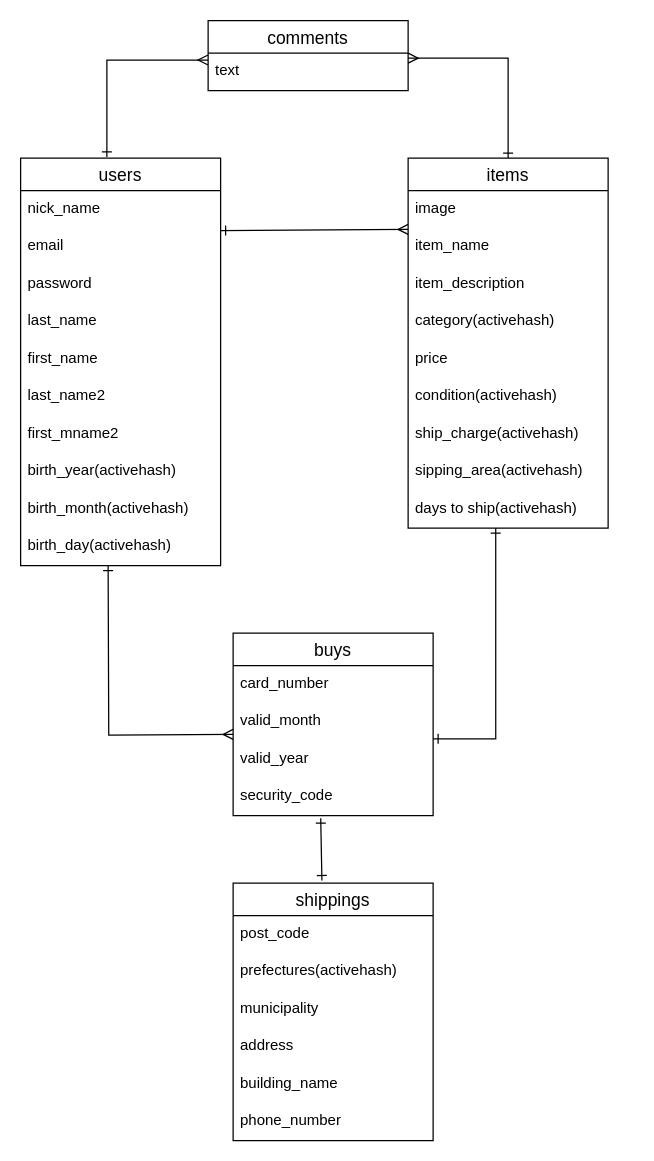
Above: page "ページ1" (1 of 2) of ER.dio in Kazuki3dayo/furima-31103 (draw.io), before the change. Source tidied: cells renumbered, new cells numbered last; positions are measured from the earlier drawing's top-left corner, leaving out a move shared by most shapes. Both pictures are drawn from the tidied source at 125%, with x=0, y=0 at pixel (20, 20).
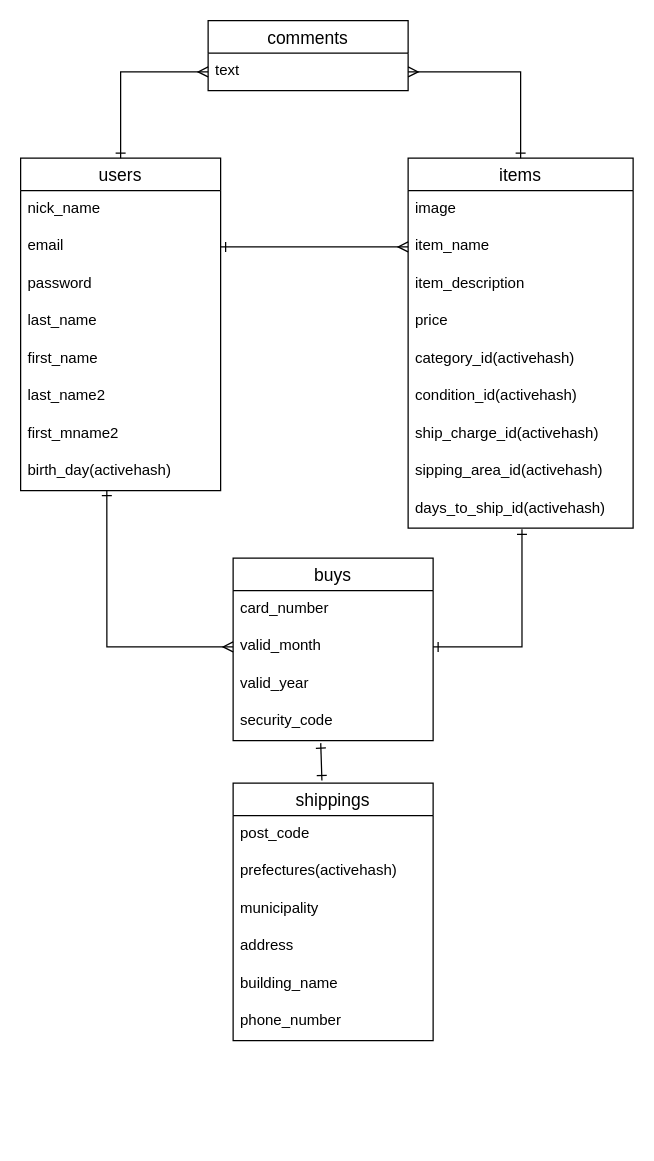
The same page after the edit.

Commit message:
ER図、README修正_４

Unchanged cells that the change refers to:
```xml
<mxCell id="4" value="email" style="text;strokeColor=none;fillColor=none;spacingLeft=4;spacingRight=4;overflow=hidden;points=[[0,0.5],[1,0.5]];portConstraint=eastwest;fontSize=12;" parent="2" vertex="1">
  <mxGeometry y="56" width="160" height="30" as="geometry" />
</mxCell>
<mxCell id="32" value="text" style="text;strokeColor=none;fillColor=none;spacingLeft=4;spacingRight=4;overflow=hidden;points=[[0,0.5],[1,0.5]];portConstraint=eastwest;fontSize=12;" parent="31" vertex="1">
  <mxGeometry y="26" width="160" height="30" as="geometry" />
</mxCell>
```

Change to the diagram source:
```diff
@@
     <mxCell id="2" value="users" style="swimlane;fontStyle=0;horizontal=1;startSize=26;align=center;fontSize=14;" parent="1" vertex="1">
-      <mxGeometry y="110" width="160" height="326" as="geometry" />
+      <mxGeometry y="110" width="160" height="266" as="geometry" />
     </mxCell>
@@
-    <mxCell id="10" value="birth_year(activehash)" style="text;strokeColor=none;fillColor=none;spacingLeft=4;spacingRight=4;overflow=hidden;fontSize=12;" parent="2" vertex="1">
-      <mxGeometry y="236" width="160" height="30" as="geometry" />
-    </mxCell>
-    <mxCell id="11" value="birth_month(activehash)" style="text;strokeColor=none;fillColor=none;spacingLeft=4;spacingRight=4;overflow=hidden;fontSize=12;" parent="2" vertex="1">
-      <mxGeometry y="266" width="160" height="30" as="geometry" />
-    </mxCell>
     <mxCell id="12" value="birth_day(activehash)" style="text;strokeColor=none;fillColor=none;spacingLeft=4;spacingRight=4;overflow=hidden;points=[[0,0.5],[1,0.5]];portConstraint=eastwest;fontSize=12;" parent="2" vertex="1">
-      <mxGeometry y="296" width="160" height="30" as="geometry" />
+      <mxGeometry y="236" width="160" height="30" as="geometry" />
     </mxCell>
-    <mxCell id="13" style="endArrow=ERmany;html=1;rounded=0;endFill=0;startArrow=ERone;startFill=0;entryX=0;entryY=1.033;entryDx=0;entryDy=0;entryPerimeter=0;" parent="1" edge="1" target="17">
-      <mxGeometry relative="1" as="geometry">
-        <mxPoint x="160" y="168" as="sourcePoint" />
-      </mxGeometry>
-    </mxCell>
@@
-    <mxCell id="15" style="edgeStyle=orthogonalEdgeStyle;rounded=0;jettySize=auto;html=1;startArrow=ERone;startFill=0;endArrow=ERone;endFill=0;entryX=0.438;entryY=1;entryDx=0;entryDy=0;entryPerimeter=0;" parent="1" edge="1" target="25">
-      <mxGeometry relative="1" as="geometry">
-        <mxPoint x="330" y="574.5" as="sourcePoint" />
-        <Array as="points">
-          <mxPoint x="380" y="575" />
-        </Array>
-      </mxGeometry>
-    </mxCell>
     <mxCell id="16" value="items" style="swimlane;fontStyle=0;horizontal=1;startSize=26;align=center;fontSize=14;" parent="1" vertex="1">
-      <mxGeometry x="310" y="110" width="160" height="296" as="geometry" />
+      <mxGeometry x="310" y="110" width="180" height="296" as="geometry" />
     </mxCell>
     <mxCell id="17" value="image" style="text;strokeColor=none;fillColor=none;spacingLeft=4;spacingRight=4;overflow=hidden;points=[[0,0.5],[1,0.5]];portConstraint=eastwest;fontSize=12;" parent="16" vertex="1">
-      <mxGeometry y="26" width="160" height="30" as="geometry" />
+      <mxGeometry y="26" width="180" height="30" as="geometry" />
     </mxCell>
     <mxCell id="18" value="item_name" style="text;strokeColor=none;fillColor=none;spacingLeft=4;spacingRight=4;overflow=hidden;points=[[0,0.5],[1,0.5]];portConstraint=eastwest;fontSize=12;" parent="16" vertex="1">
-      <mxGeometry y="56" width="160" height="30" as="geometry" />
+      <mxGeometry y="56" width="180" height="30" as="geometry" />
     </mxCell>
     <mxCell id="19" value="item_description" style="text;strokeColor=none;fillColor=none;spacingLeft=4;spacingRight=4;overflow=hidden;fontSize=12;" parent="16" vertex="1">
-      <mxGeometry y="86" width="160" height="30" as="geometry" />
+      <mxGeometry y="86" width="180" height="30" as="geometry" />
     </mxCell>
+    <mxCell id="21" value="price" style="text;strokeColor=none;fillColor=none;spacingLeft=4;spacingRight=4;overflow=hidden;fontSize=12;" parent="16" vertex="1">
+      <mxGeometry y="116" width="180" height="30" as="geometry" />
+    </mxCell>
-    <mxCell id="20" value="category(activehash)" style="text;strokeColor=none;fillColor=none;spacingLeft=4;spacingRight=4;overflow=hidden;fontSize=12;" parent="16" vertex="1">
-      <mxGeometry y="116" width="160" height="30" as="geometry" />
+    <mxCell id="20" value="category_id(activehash)" style="text;strokeColor=none;fillColor=none;spacingLeft=4;spacingRight=4;overflow=hidden;fontSize=12;" parent="16" vertex="1">
+      <mxGeometry y="146" width="180" height="30" as="geometry" />
     </mxCell>
-    <mxCell id="21" value="price" style="text;strokeColor=none;fillColor=none;spacingLeft=4;spacingRight=4;overflow=hidden;fontSize=12;" parent="16" vertex="1">
-      <mxGeometry y="146" width="160" height="30" as="geometry" />
-    </mxCell>
-    <mxCell id="22" value="condition(activehash)" style="text;strokeColor=none;fillColor=none;spacingLeft=4;spacingRight=4;overflow=hidden;fontSize=12;" parent="16" vertex="1">
-      <mxGeometry y="176" width="160" height="30" as="geometry" />
+    <mxCell id="22" value="condition_id(activehash)" style="text;strokeColor=none;fillColor=none;spacingLeft=4;spacingRight=4;overflow=hidden;fontSize=12;" parent="16" vertex="1">
+      <mxGeometry y="176" width="180" height="30" as="geometry" />
     </mxCell>
-    <mxCell id="23" value="ship_charge(activehash)" style="text;strokeColor=none;fillColor=none;spacingLeft=4;spacingRight=4;overflow=hidden;fontSize=12;" parent="16" vertex="1">
-      <mxGeometry y="206" width="160" height="30" as="geometry" />
+    <mxCell id="23" value="ship_charge_id(activehash)" style="text;strokeColor=none;fillColor=none;spacingLeft=4;spacingRight=4;overflow=hidden;fontSize=12;" parent="16" vertex="1">
+      <mxGeometry y="206" width="180" height="30" as="geometry" />
     </mxCell>
-    <mxCell id="24" value="sipping_area(activehash)" style="text;strokeColor=none;fillColor=none;spacingLeft=4;spacingRight=4;overflow=hidden;fontSize=12;" parent="16" vertex="1">
-      <mxGeometry y="236" width="160" height="30" as="geometry" />
+    <mxCell id="24" value="sipping_area_id(activehash)" style="text;strokeColor=none;fillColor=none;spacingLeft=4;spacingRight=4;overflow=hidden;fontSize=12;" parent="16" vertex="1">
+      <mxGeometry y="236" width="180" height="30" as="geometry" />
     </mxCell>
-    <mxCell id="25" value="days to ship(activehash)" style="text;strokeColor=none;fillColor=none;spacingLeft=4;spacingRight=4;overflow=hidden;points=[[0,0.5],[1,0.5]];portConstraint=eastwest;fontSize=12;" parent="16" vertex="1">
-      <mxGeometry y="266" width="160" height="30" as="geometry" />
+    <mxCell id="25" value="days_to_ship_id(activehash)" style="text;strokeColor=none;fillColor=none;spacingLeft=4;spacingRight=4;overflow=hidden;points=[[0,0.5],[1,0.5]];portConstraint=eastwest;fontSize=12;" parent="16" vertex="1">
+      <mxGeometry y="266" width="180" height="30" as="geometry" />
     </mxCell>
-    <mxCell id="26" value="buys" style="swimlane;fontStyle=0;horizontal=1;startSize=26;align=center;fontSize=14;" parent="1" vertex="1">
-      <mxGeometry x="170" y="490" width="160" height="146" as="geometry" />
-    </mxCell>
-    <mxCell id="27" value="card_number" style="text;strokeColor=none;fillColor=none;spacingLeft=4;spacingRight=4;overflow=hidden;fontSize=12;" parent="26" vertex="1">
-      <mxGeometry y="26" width="160" height="30" as="geometry" />
-    </mxCell>
-    <mxCell id="28" value="valid_month" style="text;strokeColor=none;fillColor=none;spacingLeft=4;spacingRight=4;overflow=hidden;points=[[0,0.5],[1,0.5]];portConstraint=eastwest;fontSize=12;" parent="26" vertex="1">
-      <mxGeometry y="56" width="160" height="30" as="geometry" />
-    </mxCell>
-    <mxCell id="29" value="valid_year" style="text;strokeColor=none;fillColor=none;spacingLeft=4;spacingRight=4;overflow=hidden;fontSize=12;" parent="26" vertex="1">
-      <mxGeometry y="86" width="160" height="30" as="geometry" />
-    </mxCell>
-    <mxCell id="30" value="security_code" style="text;strokeColor=none;fillColor=none;spacingLeft=4;spacingRight=4;overflow=hidden;points=[[0,0.5],[1,0.5]];portConstraint=eastwest;fontSize=12;" parent="26" vertex="1">
-      <mxGeometry y="116" width="160" height="30" as="geometry" />
-    </mxCell>
@@
-    <mxCell id="33" style="endArrow=ERmany;html=1;rounded=0;edgeStyle=orthogonalEdgeStyle;startArrow=ERone;startFill=0;endFill=0;" parent="1" edge="1">
-      <mxGeometry relative="1" as="geometry">
-        <mxPoint x="69" y="109" as="sourcePoint" />
-        <mxPoint x="150" y="31.5" as="targetPoint" />
-        <Array as="points">
-          <mxPoint x="69" y="32" />
-        </Array>
-      </mxGeometry>
-    </mxCell>
-    <mxCell id="34" style="edgeStyle=orthogonalEdgeStyle;rounded=0;orthogonalLoop=1;jettySize=auto;html=1;startArrow=ERmany;startFill=0;endArrow=ERone;endFill=0;" parent="1" edge="1">
-      <mxGeometry relative="1" as="geometry">
-        <mxPoint x="170" y="571" as="sourcePoint" />
-        <mxPoint x="70" y="436" as="targetPoint" />
-      </mxGeometry>
-    </mxCell>
-    <mxCell id="35" style="endArrow=ERone;html=1;rounded=0;entryX=0.5;entryY=0;entryDx=0;entryDy=0;endFill=0;startArrow=ERmany;startFill=0;" parent="1" edge="1" target="16">
-      <mxGeometry relative="1" as="geometry">
-        <mxPoint x="310" y="30" as="sourcePoint" />
-        <Array as="points">
-          <mxPoint x="390" y="30" />
-        </Array>
-      </mxGeometry>
-    </mxCell>
+    <mxCell id="43" style="edgeStyle=orthogonalEdgeStyle;rounded=0;jettySize=auto;html=1;exitX=0;exitY=0.5;exitDx=0;exitDy=0;entryX=1;entryY=0.5;entryDx=0;entryDy=0;startArrow=ERmany;startFill=0;endArrow=ERone;endFill=0;" parent="1" edge="1" source="18" target="4">
+      <mxGeometry relative="1" as="geometry" />
+    </mxCell>
+    <mxCell id="44" style="edgeStyle=orthogonalEdgeStyle;rounded=0;jettySize=auto;html=1;exitX=1;exitY=0.5;exitDx=0;exitDy=0;entryX=0.5;entryY=0;entryDx=0;entryDy=0;startArrow=ERmany;startFill=0;endArrow=ERone;endFill=0;" parent="1" edge="1" source="32" target="16">
+      <mxGeometry relative="1" as="geometry" />
+    </mxCell>
+    <mxCell id="45" style="edgeStyle=orthogonalEdgeStyle;rounded=0;jettySize=auto;html=1;exitX=0;exitY=0.5;exitDx=0;exitDy=0;entryX=0.5;entryY=0;entryDx=0;entryDy=0;startArrow=ERmany;startFill=0;endArrow=ERone;endFill=0;" parent="1" edge="1" source="32" target="2">
+      <mxGeometry relative="1" as="geometry" />
+    </mxCell>
+    <mxCell id="46" style="edgeStyle=orthogonalEdgeStyle;rounded=0;jettySize=auto;html=1;exitX=0;exitY=0.5;exitDx=0;exitDy=0;startArrow=ERmany;startFill=0;endArrow=ERone;endFill=0;entryX=0.431;entryY=1;entryDx=0;entryDy=0;entryPerimeter=0;" parent="1" edge="1" source="28" target="12">
+      <mxGeometry relative="1" as="geometry" />
+    </mxCell>
+    <mxCell id="47" style="edgeStyle=orthogonalEdgeStyle;rounded=0;jettySize=auto;html=1;exitX=1;exitY=0.5;exitDx=0;exitDy=0;startArrow=ERone;startFill=0;endArrow=ERone;endFill=0;entryX=0.506;entryY=1.033;entryDx=0;entryDy=0;entryPerimeter=0;" parent="1" edge="1" source="28" target="25">
+      <mxGeometry relative="1" as="geometry" />
+    </mxCell>
     <mxCell id="36" value="shippings" style="swimlane;fontStyle=0;horizontal=1;startSize=26;align=center;fontSize=14;" parent="1" vertex="1">
-      <mxGeometry x="170" y="690" width="160" height="206" as="geometry" />
+      <mxGeometry x="170" y="610" width="160" height="206" as="geometry" />
     </mxCell>
@@
+    <mxCell id="26" value="buys" style="swimlane;fontStyle=0;horizontal=1;startSize=26;align=center;fontSize=14;" parent="1" vertex="1">
+      <mxGeometry x="170" y="430" width="160" height="146" as="geometry" />
+    </mxCell>
+    <mxCell id="27" value="card_number" style="text;strokeColor=none;fillColor=none;spacingLeft=4;spacingRight=4;overflow=hidden;fontSize=12;" parent="26" vertex="1">
+      <mxGeometry y="26" width="160" height="30" as="geometry" />
+    </mxCell>
+    <mxCell id="28" value="valid_month" style="text;strokeColor=none;fillColor=none;spacingLeft=4;spacingRight=4;overflow=hidden;points=[[0,0.5],[1,0.5]];portConstraint=eastwest;fontSize=12;" parent="26" vertex="1">
+      <mxGeometry y="56" width="160" height="30" as="geometry" />
+    </mxCell>
+    <mxCell id="29" value="valid_year" style="text;strokeColor=none;fillColor=none;spacingLeft=4;spacingRight=4;overflow=hidden;fontSize=12;" parent="26" vertex="1">
+      <mxGeometry y="86" width="160" height="30" as="geometry" />
+    </mxCell>
+    <mxCell id="30" value="security_code" style="text;strokeColor=none;fillColor=none;spacingLeft=4;spacingRight=4;overflow=hidden;points=[[0,0.5],[1,0.5]];portConstraint=eastwest;fontSize=12;" parent="26" vertex="1">
+      <mxGeometry y="116" width="160" height="30" as="geometry" />
+    </mxCell>
```
